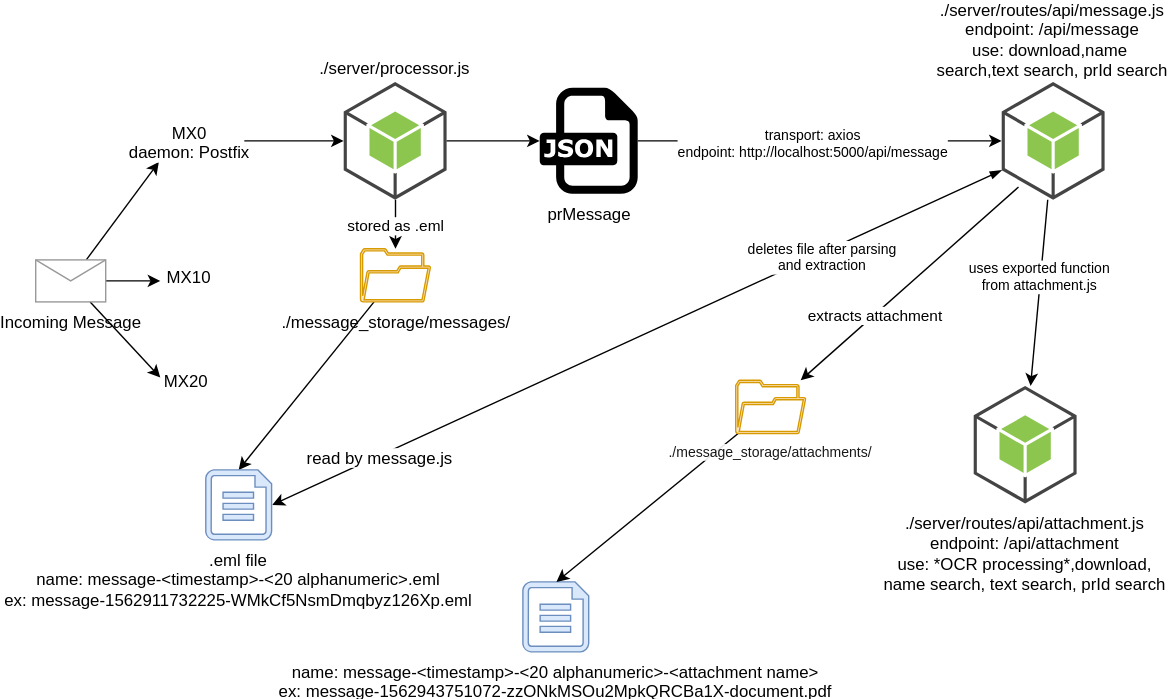
This is mail-flow.svg from treestarsystems/postReceive, a draw.io export, as it was before one commit. Source tidied: cells renumbered, new cells last; positions are measured from the earlier drawing's top-left corner, leaving out a move shared by most shapes.
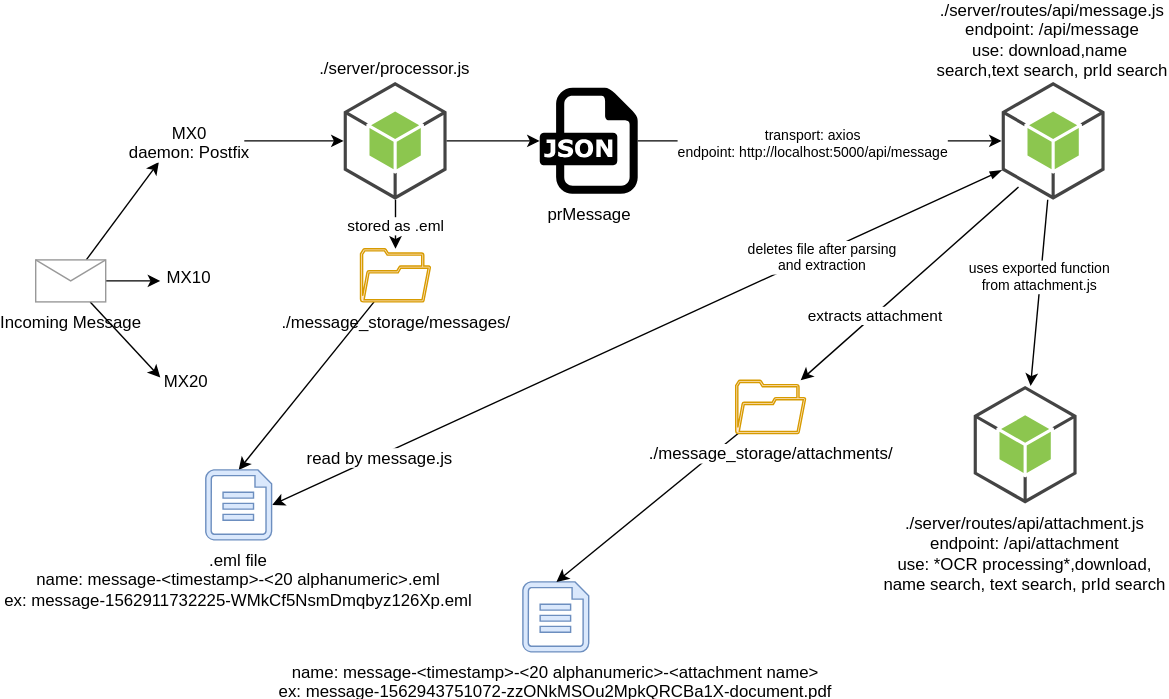
After the commit.

Change to the diagram source:
```diff
@@ -73,7 +73,7 @@
     <mxCell id="22" style="rounded=0;jettySize=auto;html=1;entryX=0.5;entryY=0;entryDx=0;entryDy=0;entryPerimeter=0;" parent="1" edge="1" source="23" target="21">
       <mxGeometry relative="1" as="geometry" />
     </mxCell>
-    <mxCell id="23" value="./message_storage/attachments/" style="shadow=0;dashed=0;labelPosition=center;verticalLabelPosition=bottom;verticalAlign=top;align=center;outlineConnect=0;shape=mxgraph.vvd.folder;fontSize=10;fillColor=#FFE6CC;strokeColor=#D79B00;textOpacity=90;whiteSpace=wrap;labelBackgroundColor=#ffffff;labelBorderColor=none;html=1;" parent="1" vertex="1">
+    <mxCell id="23" value="./message_storage/attachments/" style="shadow=0;dashed=0;labelPosition=center;verticalLabelPosition=bottom;verticalAlign=top;align=center;outlineConnect=0;shape=mxgraph.vvd.folder;fontSize=12;fillColor=#FFE6CC;strokeColor=#D79B00;whiteSpace=wrap;labelBackgroundColor=#ffffff;labelBorderColor=none;html=1;" parent="1" vertex="1">
       <mxGeometry x="500" y="213" width="50" height="38" as="geometry" />
     </mxCell>
     <mxCell id="24" style="edgeStyle=orthogonalEdgeStyle;rounded=0;jettySize=auto;html=1;" parent="1" edge="1" target="9">
```
